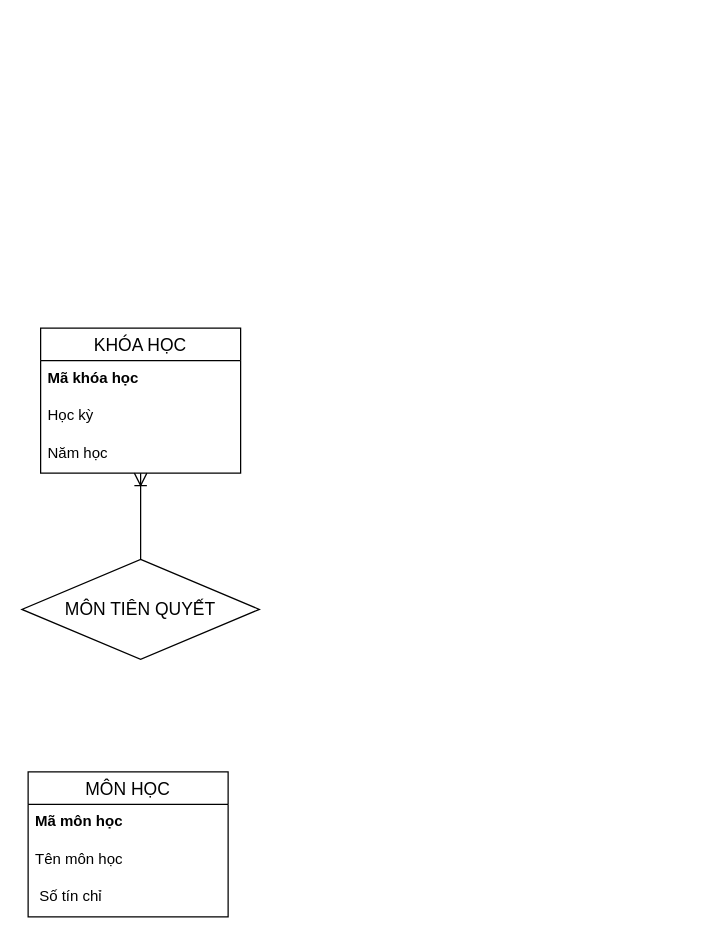
Before: page "Bài 3" (3 of 3) of CSDL_IT5_ITB104_Võ_Huy_Long.drawio in LONGDKZdev/Flowchart, a draw.io diagram. Source tidied: cells renumbered, new cells numbered last; positions are measured from the earlier drawing's top-left corner, leaving out a move shared by most shapes. Both pictures are drawn from the tidied source at 125%, with x=0, y=0 at pixel (21, 328).
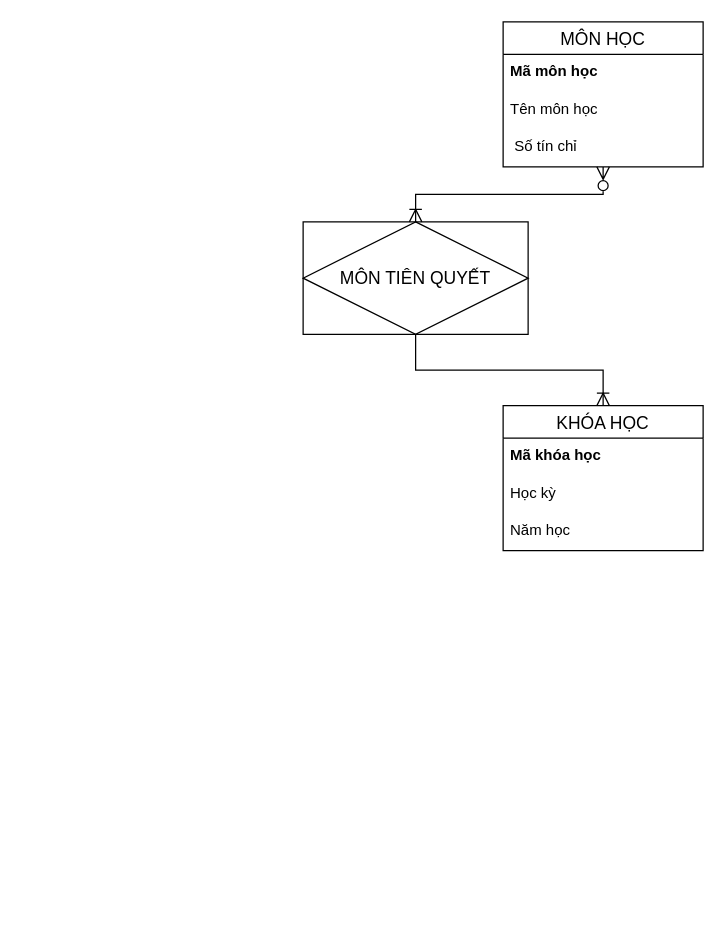
The same page after the edit.

Change to the diagram source:
```diff
@@
 <mxGraphModel>
   <root>
     <mxCell id="0" />
     <mxCell id="1" parent="0" />
     <mxCell id="2" value="MÔN HỌC" style="swimlane;fontStyle=0;horizontal=1;startSize=26;align=center;fontSize=14;" parent="1" vertex="1">
-      <mxGeometry x="5" y="355" width="160" height="116" as="geometry" />
+      <mxGeometry x="385" y="-245" width="160" height="116" as="geometry" />
     </mxCell>
     <mxCell id="3" value="&lt;b&gt;Mã môn học&lt;/b&gt;" style="text;strokeColor=none;fillColor=none;spacingLeft=4;spacingRight=4;overflow=hidden;fontSize=12;whiteSpace=wrap;html=1;" parent="2" vertex="1">
       <mxGeometry y="26" width="160" height="30" as="geometry" />
     </mxCell>
     <mxCell id="4" value="Tên môn học" style="text;strokeColor=none;fillColor=none;spacingLeft=4;spacingRight=4;overflow=hidden;fontSize=12;whiteSpace=wrap;html=1;" parent="2" vertex="1">
       <mxGeometry y="56" width="160" height="30" as="geometry" />
     </mxCell>
     <mxCell id="5" value="&amp;nbsp;Số tín chỉ&amp;nbsp;" style="text;strokeColor=none;fillColor=none;spacingLeft=4;spacingRight=4;overflow=hidden;fontSize=12;whiteSpace=wrap;html=1;" parent="2" vertex="1">
       <mxGeometry y="86" width="160" height="30" as="geometry" />
     </mxCell>
-    <mxCell id="6" style="edgeStyle=orthogonalEdgeStyle;rounded=0;jettySize=auto;html=1;entryX=0.5;entryY=0;entryDx=0;entryDy=0;fontSize=12;startSize=8;endSize=8;endArrow=none;endFill=0;startArrow=ERoneToMany;startFill=0;" parent="1" edge="1" source="7" target="11">
+    <mxCell id="6" style="edgeStyle=orthogonalEdgeStyle;rounded=0;jettySize=auto;html=1;fontSize=12;startSize=8;endSize=8;endArrow=none;endFill=0;startArrow=ERoneToMany;startFill=0;" parent="1" edge="1" source="7" target="11">
       <mxGeometry relative="1" as="geometry" />
     </mxCell>
     <mxCell id="7" value="KHÓA HỌC" style="swimlane;fontStyle=0;horizontal=1;startSize=26;align=center;fontSize=14;" parent="1" vertex="1">
-      <mxGeometry x="15" width="160" height="116" as="geometry" />
+      <mxGeometry x="385" y="62" width="160" height="116" as="geometry" />
     </mxCell>
     <mxCell id="8" value="&lt;b&gt;Mã khóa học&lt;/b&gt;" style="text;strokeColor=none;fillColor=none;spacingLeft=4;spacingRight=4;overflow=hidden;fontSize=12;whiteSpace=wrap;html=1;" parent="7" vertex="1">
       <mxGeometry y="26" width="160" height="30" as="geometry" />
     </mxCell>
     <mxCell id="9" value="Học kỳ" style="text;strokeColor=none;fillColor=none;spacingLeft=4;spacingRight=4;overflow=hidden;fontSize=12;whiteSpace=wrap;html=1;" parent="7" vertex="1">
       <mxGeometry y="56" width="160" height="30" as="geometry" />
     </mxCell>
     <mxCell id="10" value="Năm học" style="text;strokeColor=none;fillColor=none;spacingLeft=4;spacingRight=4;overflow=hidden;fontSize=12;whiteSpace=wrap;html=1;" parent="7" vertex="1">
       <mxGeometry y="86" width="160" height="30" as="geometry" />
     </mxCell>
-    <mxCell id="11" value="&lt;span style=&quot;font-size: 14px; text-wrap: nowrap;&quot;&gt;MÔN TIÊN QUYẾT&lt;/span&gt;" style="shape=rhombus;perimeter=rhombusPerimeter;whiteSpace=wrap;html=1;align=center;" parent="1" vertex="1">
-      <mxGeometry y="185" width="190" height="80" as="geometry" />
+    <mxCell id="11" value="&lt;span style=&quot;font-size: 14px; text-wrap: nowrap;&quot;&gt;MÔN TIÊN QUYẾT&lt;/span&gt;" style="shape=associativeEntity;whiteSpace=wrap;html=1;align=center;" parent="1" vertex="1">
+      <mxGeometry x="225" y="-85" width="180" height="90" as="geometry" />
     </mxCell>
+    <mxCell id="12" style="edgeStyle=orthogonalEdgeStyle;fontSize=12;html=1;endArrow=ERoneToMany;startArrow=ERzeroToMany;rounded=0;startSize=8;endSize=8;endFill=0;startFill=0;" parent="1" edge="1" source="2" target="11">
+      <mxGeometry relative="1" as="geometry" />
+    </mxCell>
   </root>
 </mxGraphModel>
```
